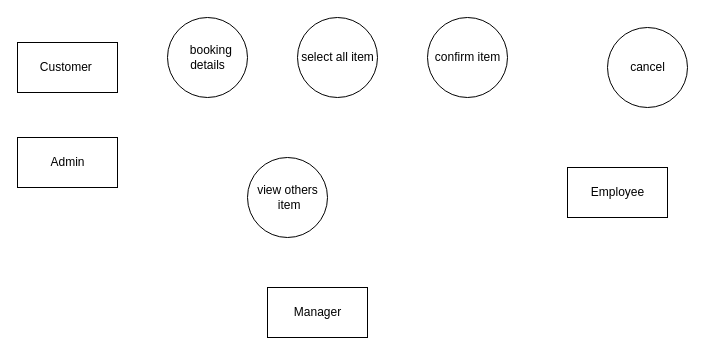
The draw.io diagram 2nd level/Untitled Diagram.drawio in ssaymanasrin10/sp2, before the edit. Source tidied: cells renumbered, new cells numbered last; positions are measured from the earlier drawing's top-left corner, leaving out a move shared by most shapes. Both pictures are drawn from the tidied source at 100%, with x=0, y=0 at pixel (17, 17).
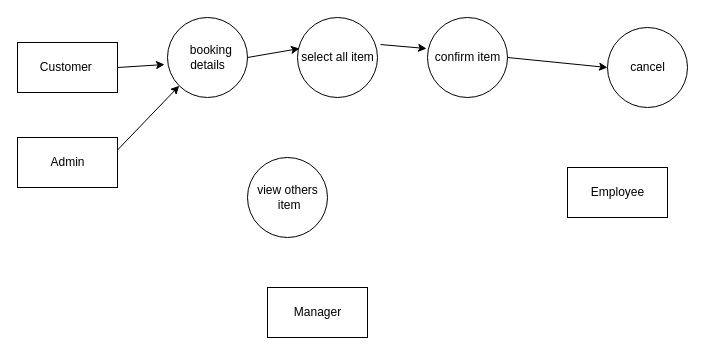
After the change.

The edit, as a diff of the source:
```diff
@@
 <mxGraphModel>
   <root>
     <mxCell id="0" />
     <mxCell id="1" parent="0" />
     <mxCell id="2" value="view others&lt;br&gt;&amp;nbsp;item" style="shape=ellipse;html=1;dashed=0;whitespace=wrap;perimeter=ellipsePerimeter;" parent="1" vertex="1">
       <mxGeometry x="230" y="140" width="80" height="80" as="geometry" />
     </mxCell>
     <mxCell id="3" value="cancel" style="shape=ellipse;html=1;dashed=0;whitespace=wrap;perimeter=ellipsePerimeter;" parent="1" vertex="1">
       <mxGeometry x="590" y="10" width="80" height="80" as="geometry" />
     </mxCell>
     <mxCell id="4" value="confirm item" style="shape=ellipse;html=1;dashed=0;whitespace=wrap;perimeter=ellipsePerimeter;" parent="1" vertex="1">
       <mxGeometry x="410" width="80" height="80" as="geometry" />
     </mxCell>
     <mxCell id="5" value="select all item" style="shape=ellipse;html=1;dashed=0;whitespace=wrap;perimeter=ellipsePerimeter;" parent="1" vertex="1">
       <mxGeometry x="280" width="80" height="80" as="geometry" />
     </mxCell>
     <mxCell id="6" value="&amp;nbsp; booking&lt;br&gt;details" style="shape=ellipse;html=1;dashed=0;whitespace=wrap;perimeter=ellipsePerimeter;" parent="1" vertex="1">
       <mxGeometry x="150" width="80" height="80" as="geometry" />
     </mxCell>
     <mxCell id="7" value="Manager" style="html=1;dashed=0;whitespace=wrap;" parent="1" vertex="1">
       <mxGeometry x="250" y="270" width="100" height="50" as="geometry" />
     </mxCell>
     <mxCell id="8" value="Employee" style="html=1;dashed=0;whitespace=wrap;" parent="1" vertex="1">
       <mxGeometry x="550" y="150" width="100" height="50" as="geometry" />
     </mxCell>
     <mxCell id="9" value="Admin" style="html=1;dashed=0;whitespace=wrap;" parent="1" vertex="1">
       <mxGeometry y="120" width="100" height="50" as="geometry" />
     </mxCell>
     <mxCell id="10" value="Customer&amp;nbsp;" style="html=1;dashed=0;whitespace=wrap;" parent="1" vertex="1">
       <mxGeometry y="25" width="100" height="50" as="geometry" />
     </mxCell>
+    <mxCell id="11" style="endArrow=classic;html=1;entryX=0;entryY=1;entryDx=0;entryDy=0;exitX=1;exitY=0.25;exitDx=0;exitDy=0;" parent="1" edge="1" source="9" target="6">
+      <mxGeometry relative="1" as="geometry" />
+    </mxCell>
+    <mxCell id="12" style="endArrow=classic;html=1;entryX=-0.037;entryY=0.588;entryDx=0;entryDy=0;exitX=1;exitY=0.5;exitDx=0;exitDy=0;entryPerimeter=0;" parent="1" edge="1" source="10" target="6">
+      <mxGeometry relative="1" as="geometry" />
+    </mxCell>
+    <mxCell id="13" style="endArrow=classic;html=1;exitX=1;exitY=0.5;exitDx=0;exitDy=0;entryX=0.025;entryY=0.388;entryDx=0;entryDy=0;entryPerimeter=0;" parent="1" edge="1" source="6" target="5">
+      <mxGeometry relative="1" as="geometry" />
+    </mxCell>
+    <mxCell id="14" style="endArrow=classic;html=1;exitX=1.038;exitY=0.338;exitDx=0;exitDy=0;exitPerimeter=0;entryX=-0.012;entryY=0.388;entryDx=0;entryDy=0;entryPerimeter=0;" parent="1" edge="1" source="5" target="4">
+      <mxGeometry relative="1" as="geometry" />
+    </mxCell>
+    <mxCell id="15" style="endArrow=classic;html=1;entryX=0;entryY=0.5;entryDx=0;entryDy=0;exitX=1;exitY=0.5;exitDx=0;exitDy=0;" parent="1" edge="1" source="4" target="3">
+      <mxGeometry relative="1" as="geometry" />
+    </mxCell>
   </root>
 </mxGraphModel>
```
